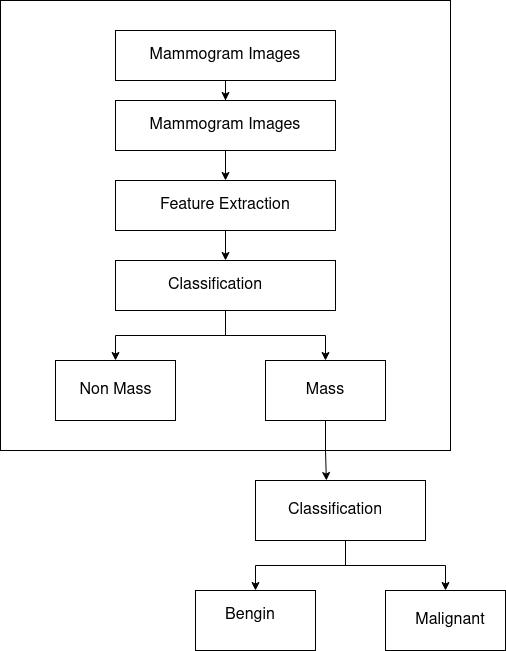
ThenmozhiBalasubramanian/mcaProjectDiagram keeps this draw.io diagram as architecture Diagram.drawio.png. Above is the earlier version. Source tidied: cells renumbered, new cells last; positions are measured from the earlier drawing's top-left corner, leaving out a move shared by most shapes.
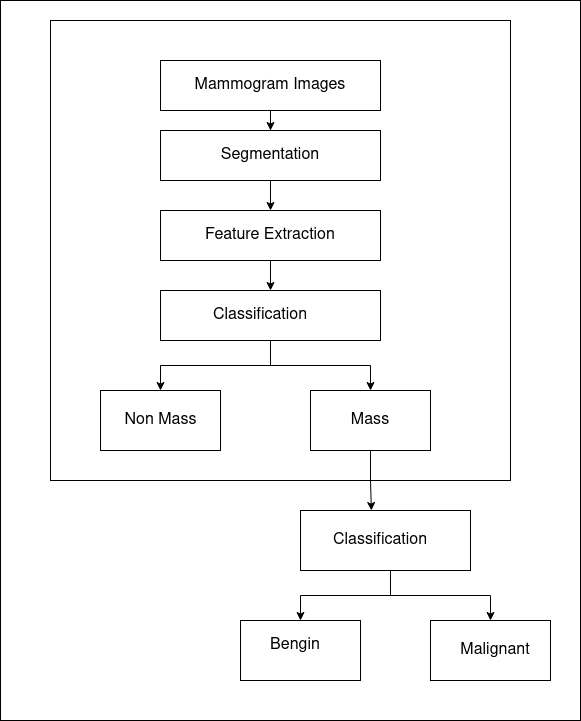
After the commit.

Change to the diagram source:
```diff
@@ -2,8 +2,11 @@
   <root>
     <mxCell id="0" />
     <mxCell id="1" parent="0" />
+    <mxCell id="29" style="rounded=0;whiteSpace=wrap;html=1;fontSize=16;" parent="1" vertex="1">
+      <mxGeometry x="-45" y="-30" width="580" height="720" as="geometry" />
+    </mxCell>
     <mxCell id="2" style="whiteSpace=wrap;html=1;" parent="1" vertex="1">
-      <mxGeometry width="450" height="450" as="geometry" />
+      <mxGeometry x="5" y="-10" width="460" height="460" as="geometry" />
     </mxCell>
     <mxCell id="3" style="edgeStyle=orthogonalEdgeStyle;rounded=0;jettySize=auto;html=1;exitX=0.5;exitY=1;exitDx=0;exitDy=0;entryX=0.417;entryY=0;entryDx=0;entryDy=0;entryPerimeter=0;" parent="1" edge="1" source="4" target="10">
       <mxGeometry relative="1" as="geometry" />
@@ -82,7 +85,7 @@
     <mxCell id="20" value="&lt;h4 style=&quot;font-size: 16px;&quot;&gt;&lt;font style=&quot;font-size: 16px;&quot;&gt;&lt;span style=&quot;font-weight: normal;&quot;&gt;Mammogram Images&lt;/span&gt;&lt;/font&gt;&lt;/h4&gt;" style="text;html=1;strokeColor=none;fillColor=none;align=center;verticalAlign=middle;whiteSpace=wrap;rounded=0;" parent="1" vertex="1">
       <mxGeometry x="135" y="40" width="180" height="30" as="geometry" />
     </mxCell>
-    <mxCell id="21" value="&lt;h4 style=&quot;font-size: 16px;&quot;&gt;&lt;font style=&quot;font-size: 16px;&quot;&gt;&lt;span style=&quot;font-weight: normal;&quot;&gt;Mammogram Images&lt;/span&gt;&lt;/font&gt;&lt;/h4&gt;" style="text;html=1;strokeColor=none;fillColor=none;align=center;verticalAlign=middle;whiteSpace=wrap;rounded=0;" parent="1" vertex="1">
+    <mxCell id="21" value="&lt;h4 style=&quot;font-size: 16px;&quot;&gt;&lt;font style=&quot;font-size: 16px;&quot;&gt;&lt;span style=&quot;font-weight: normal;&quot;&gt;Segmentation&lt;br&gt;&lt;/span&gt;&lt;/font&gt;&lt;/h4&gt;" style="text;html=1;strokeColor=none;fillColor=none;align=center;verticalAlign=middle;whiteSpace=wrap;rounded=0;" parent="1" vertex="1">
       <mxGeometry x="135" y="110" width="180" height="30" as="geometry" />
     </mxCell>
     <mxCell id="22" value="&lt;h4 style=&quot;font-size: 16px;&quot;&gt;&lt;font style=&quot;font-size: 16px;&quot;&gt;&lt;span style=&quot;font-weight: normal;&quot;&gt;Feature Extraction&lt;br&gt;&lt;/span&gt;&lt;/font&gt;&lt;/h4&gt;" style="text;html=1;strokeColor=none;fillColor=none;align=center;verticalAlign=middle;whiteSpace=wrap;rounded=0;" parent="1" vertex="1">
```
